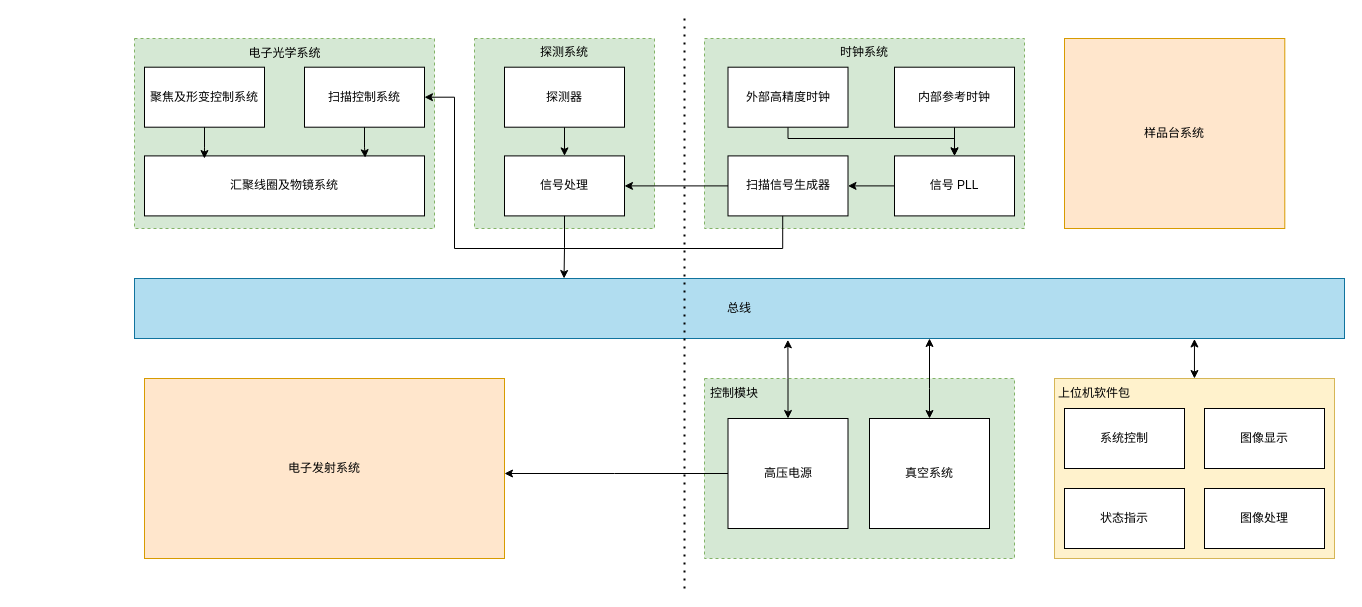
This is page "第一张图" (1 of 2) of 系统结构图.drawio from SolarAA-11/drawio, a draw.io file, before an edit. Source tidied: cells renumbered, new cells numbered last; positions are measured from the earlier drawing's top-left corner, leaving out a move shared by most shapes. Both pictures are drawn from the tidied source at 100%, with x=0, y=0 at pixel (134, 18).
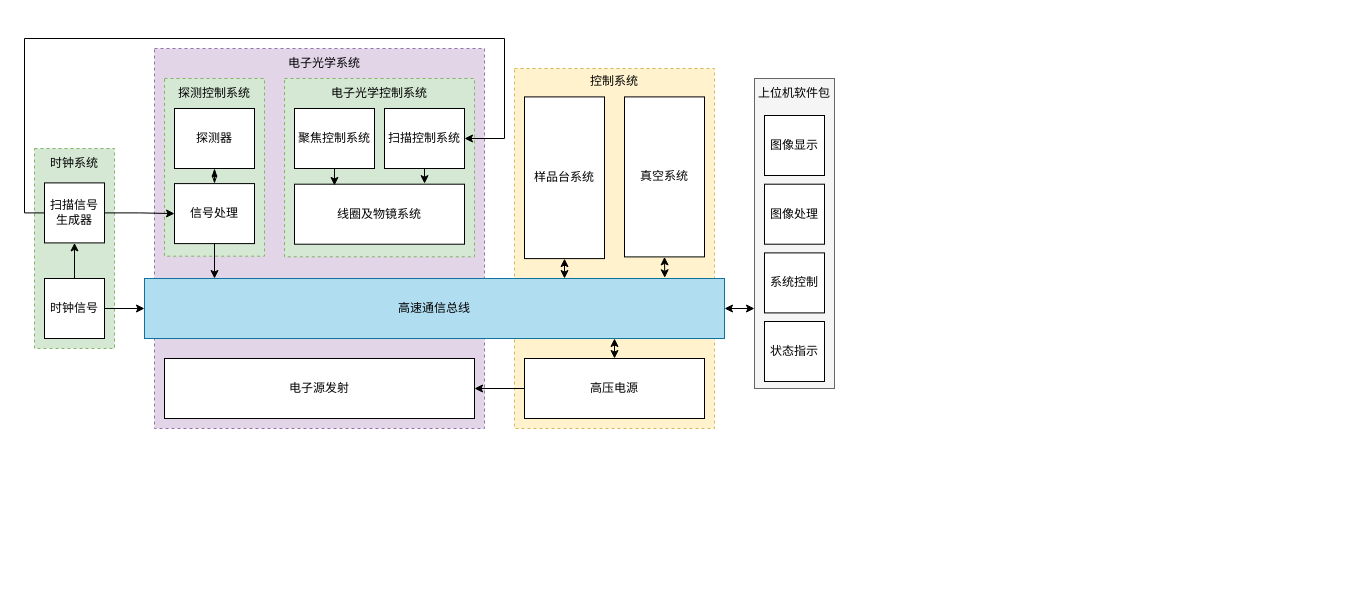
The same page after the edit.

Diff of the diagram source:
```diff
@@
+    <mxCell id="44" style="rounded=0;whiteSpace=wrap;html=1;fillColor=#e1d5e7;strokeColor=#9673a6;dashed=1;" parent="1" vertex="1">
+      <mxGeometry x="20" y="30" width="330" height="380" as="geometry" />
+    </mxCell>
     <mxCell id="2" style="rounded=0;whiteSpace=wrap;html=1;dashed=1;fillColor=#d5e8d4;strokeColor=#82b366;" parent="1" vertex="1">
-      <mxGeometry y="20" width="300" height="190" as="geometry" />
+      <mxGeometry x="150" y="60" width="190" height="178.3" as="geometry" />
     </mxCell>
-    <mxCell id="3" style="rounded=0;whiteSpace=wrap;html=1;dashed=1;fillColor=#d5e8d4;strokeColor=#82b366;" parent="1" vertex="1">
-      <mxGeometry x="570" y="360" width="310" height="180" as="geometry" />
+    <mxCell id="3" style="rounded=0;whiteSpace=wrap;html=1;dashed=1;fillColor=#fff2cc;strokeColor=#d6b656;" parent="1" vertex="1">
+      <mxGeometry x="380" y="50" width="200" height="360" as="geometry" />
     </mxCell>
     <mxCell id="4" style="rounded=0;whiteSpace=wrap;html=1;fillColor=#d5e8d4;dashed=1;strokeColor=#82b366;" parent="1" vertex="1">
-      <mxGeometry x="340" y="20" width="180" height="190" as="geometry" />
+      <mxGeometry x="30" y="60" width="100" height="177.7" as="geometry" />
     </mxCell>
     <mxCell id="5" style="rounded=0;whiteSpace=wrap;html=1;fillColor=#d5e8d4;dashed=1;strokeColor=#82b366;" parent="1" vertex="1">
-      <mxGeometry x="570" y="20" width="320" height="190" as="geometry" />
+      <mxGeometry x="-100" y="130" width="80" height="200" as="geometry" />
     </mxCell>
-    <mxCell id="6" style="edgeStyle=orthogonalEdgeStyle;rounded=0;jettySize=auto;html=1;entryX=0.5;entryY=0;entryDx=0;entryDy=0;startArrow=classic;startFill=1;" parent="1" edge="1" source="7" target="11">
-      <mxGeometry relative="1" as="geometry">
-        <Array as="points">
-          <mxPoint x="795" y="370" />
-          <mxPoint x="795" y="370" />
-        </Array>
-      </mxGeometry>
-    </mxCell>
-    <mxCell id="7" value="总线" style="rounded=0;whiteSpace=wrap;html=1;fillColor=#b1ddf0;strokeColor=#10739e;" parent="1" vertex="1">
-      <mxGeometry y="260" width="1210" height="60" as="geometry" />
+    <mxCell id="7" value="高速通信总线" style="rounded=0;whiteSpace=wrap;html=1;fillColor=#b1ddf0;strokeColor=#10739e;" parent="1" vertex="1">
+      <mxGeometry x="10" y="260" width="580" height="60" as="geometry" />
     </mxCell>
-    <mxCell id="8" style="edgeStyle=orthogonalEdgeStyle;rounded=0;jettySize=auto;html=1;entryX=0.456;entryY=0.97;entryDx=0;entryDy=0;entryPerimeter=0;startArrow=classic;startFill=1;endArrow=none;endFill=0;" parent="1" edge="1" source="9" target="24">
-      <mxGeometry relative="1" as="geometry">
-        <Array as="points">
-          <mxPoint x="320" y="79" />
-          <mxPoint x="320" y="230" />
-          <mxPoint x="648" y="230" />
-        </Array>
-      </mxGeometry>
-    </mxCell>
     <mxCell id="9" value="扫描控制系统" style="rounded=0;whiteSpace=wrap;html=1;" parent="1" vertex="1">
-      <mxGeometry x="170" y="48.7" width="120" height="60" as="geometry" />
+      <mxGeometry x="250" y="90" width="80" height="60" as="geometry" />
     </mxCell>
+    <mxCell id="38" style="edgeStyle=orthogonalEdgeStyle;rounded=0;jettySize=auto;html=1;entryX=1;entryY=0.5;entryDx=0;entryDy=0;" parent="1" edge="1" source="10" target="36">
+      <mxGeometry relative="1" as="geometry" />
+    </mxCell>
     <mxCell id="10" value="高压电源" style="rounded=0;whiteSpace=wrap;html=1;" parent="1" vertex="1">
-      <mxGeometry x="593.5" y="400" width="120" height="110" as="geometry" />
+      <mxGeometry x="390" y="340" width="180" height="60" as="geometry" />
     </mxCell>
     <mxCell id="11" value="真空系统" style="rounded=0;whiteSpace=wrap;html=1;" parent="1" vertex="1">
-      <mxGeometry x="735" y="400" width="120" height="110" as="geometry" />
+      <mxGeometry x="490" y="78.4" width="80" height="160" as="geometry" />
     </mxCell>
-    <mxCell id="12" value="样品台系统&lt;br&gt;" style="rounded=0;whiteSpace=wrap;html=1;fillColor=#ffe6cc;strokeColor=#d79b00;" parent="1" vertex="1">
-      <mxGeometry x="930" y="20" width="220.3" height="190" as="geometry" />
+    <mxCell id="12" value="样品台系统&lt;br&gt;" style="rounded=0;whiteSpace=wrap;html=1;" parent="1" vertex="1">
+      <mxGeometry x="390" y="78.4" width="80" height="161.7" as="geometry" />
     </mxCell>
-    <mxCell id="13" value="控制模块" style="text;html=1;strokeColor=none;fillColor=none;align=center;verticalAlign=middle;whiteSpace=wrap;rounded=0;" parent="1" vertex="1">
-      <mxGeometry x="570" y="360" width="60" height="30" as="geometry" />
+    <mxCell id="13" value="控制系统" style="text;html=1;strokeColor=none;fillColor=none;align=center;verticalAlign=middle;whiteSpace=wrap;rounded=0;" parent="1" vertex="1">
+      <mxGeometry x="450" y="48.3" width="60" height="30" as="geometry" />
     </mxCell>
@@
+    <mxCell id="45" style="edgeStyle=orthogonalEdgeStyle;rounded=0;jettySize=auto;html=1;" parent="1" edge="1" source="15" target="7">
+      <mxGeometry relative="1" as="geometry" />
+    </mxCell>
-    <mxCell id="15" value="信号 PLL" style="rounded=0;whiteSpace=wrap;html=1;" parent="1" vertex="1">
-      <mxGeometry x="760" y="137.4" width="120" height="60" as="geometry" />
+    <mxCell id="15" value="时钟信号" style="rounded=0;whiteSpace=wrap;html=1;" parent="1" vertex="1">
+      <mxGeometry x="-90" y="260" width="60" height="60" as="geometry" />
     </mxCell>
-    <mxCell id="16" style="edgeStyle=orthogonalEdgeStyle;rounded=0;jettySize=auto;html=1;entryX=0.5;entryY=0;entryDx=0;entryDy=0;" parent="1" edge="1" source="17" target="15">
-      <mxGeometry relative="1" as="geometry" />
-    </mxCell>
-    <mxCell id="17" value="内部参考时钟" style="rounded=0;whiteSpace=wrap;html=1;" parent="1" vertex="1">
-      <mxGeometry x="760" y="48.7" width="120" height="60" as="geometry" />
-    </mxCell>
-    <mxCell id="18" style="edgeStyle=orthogonalEdgeStyle;rounded=0;jettySize=auto;html=1;entryX=0.5;entryY=0;entryDx=0;entryDy=0;" parent="1" edge="1" source="19" target="15">
-      <mxGeometry relative="1" as="geometry">
-        <Array as="points">
-          <mxPoint x="653" y="120" />
-          <mxPoint x="820" y="120" />
-        </Array>
-      </mxGeometry>
-    </mxCell>
-    <mxCell id="19" value="外部高精度时钟" style="rounded=0;whiteSpace=wrap;html=1;" parent="1" vertex="1">
-      <mxGeometry x="593.5" y="48.7" width="120" height="60" as="geometry" />
-    </mxCell>
-    <mxCell id="20" value="探测系统" style="text;html=1;strokeColor=none;fillColor=none;align=center;verticalAlign=middle;whiteSpace=wrap;rounded=0;" parent="1" vertex="1">
-      <mxGeometry x="400" y="18.7" width="60" height="30" as="geometry" />
+    <mxCell id="20" value="探测控制系统" style="text;html=1;strokeColor=none;fillColor=none;align=center;verticalAlign=middle;whiteSpace=wrap;rounded=0;" parent="1" vertex="1">
+      <mxGeometry x="40" y="60" width="80" height="30" as="geometry" />
     </mxCell>
     <mxCell id="21" value="时钟系统" style="text;html=1;strokeColor=none;fillColor=none;align=center;verticalAlign=middle;whiteSpace=wrap;rounded=0;" parent="1" vertex="1">
-      <mxGeometry x="700" y="18.7" width="60" height="30" as="geometry" />
+      <mxGeometry x="-90" y="130" width="60" height="30" as="geometry" />
     </mxCell>
     <mxCell id="22" value="信号处理" style="rounded=0;whiteSpace=wrap;html=1;" parent="1" vertex="1">
-      <mxGeometry x="370" y="137.4" width="120" height="60" as="geometry" />
+      <mxGeometry x="40" y="165.1" width="80" height="60" as="geometry" />
     </mxCell>
-    <mxCell id="23" style="edgeStyle=orthogonalEdgeStyle;rounded=0;jettySize=auto;html=1;entryX=1;entryY=0.5;entryDx=0;entryDy=0;" parent="1" edge="1" source="24" target="22">
+    <mxCell id="23" style="edgeStyle=orthogonalEdgeStyle;rounded=0;jettySize=auto;html=1;entryX=0;entryY=0.5;entryDx=0;entryDy=0;" parent="1" edge="1" source="24" target="22">
       <mxGeometry relative="1" as="geometry" />
     </mxCell>
+    <mxCell id="46" style="edgeStyle=orthogonalEdgeStyle;rounded=0;jettySize=auto;html=1;entryX=1;entryY=0.5;entryDx=0;entryDy=0;" parent="1" edge="1" source="24" target="9">
+      <mxGeometry relative="1" as="geometry">
+        <Array as="points">
+          <mxPoint x="-110" y="194" />
+          <mxPoint x="-110" y="20" />
+          <mxPoint x="370" y="20" />
+          <mxPoint x="370" y="120" />
+        </Array>
+      </mxGeometry>
+    </mxCell>
     <mxCell id="24" value="扫描信号生成器" style="rounded=0;whiteSpace=wrap;html=1;" parent="1" vertex="1">
-      <mxGeometry x="593.5" y="137.4" width="120" height="60" as="geometry" />
+      <mxGeometry x="-90" y="164.4" width="60" height="60" as="geometry" />
     </mxCell>
-    <mxCell id="25" style="edgeStyle=orthogonalEdgeStyle;rounded=0;jettySize=auto;html=1;entryX=0.5;entryY=0;entryDx=0;entryDy=0;" parent="1" edge="1" source="26" target="22">
-      <mxGeometry relative="1" as="geometry" />
-    </mxCell>
     <mxCell id="26" value="探测器" style="rounded=0;whiteSpace=wrap;html=1;" parent="1" vertex="1">
-      <mxGeometry x="370" y="48.7" width="120" height="60" as="geometry" />
+      <mxGeometry x="40" y="90" width="80" height="60" as="geometry" />
     </mxCell>
-    <mxCell id="27" style="rounded=0;whiteSpace=wrap;html=1;fillColor=#fff2cc;strokeColor=#d6b656;" parent="1" vertex="1">
-      <mxGeometry x="920" y="360" width="280" height="180" as="geometry" />
+    <mxCell id="27" style="rounded=0;whiteSpace=wrap;html=1;fillColor=#f5f5f5;strokeColor=#666666;fontColor=#333333;" parent="1" vertex="1">
+      <mxGeometry x="620" y="60" width="80" height="310" as="geometry" />
     </mxCell>
     <mxCell id="28" value="系统控制" style="rounded=0;whiteSpace=wrap;html=1;" parent="1" vertex="1">
-      <mxGeometry x="930" y="390" width="120" height="60" as="geometry" />
+      <mxGeometry x="630" y="234.4" width="60" height="60" as="geometry" />
     </mxCell>
     <mxCell id="29" value="图像显示" style="rounded=0;whiteSpace=wrap;html=1;" parent="1" vertex="1">
-      <mxGeometry x="1070" y="390" width="120" height="60" as="geometry" />
+      <mxGeometry x="630" y="97" width="60" height="60" as="geometry" />
     </mxCell>
     <mxCell id="30" value="状态指示" style="rounded=0;whiteSpace=wrap;html=1;" parent="1" vertex="1">
-      <mxGeometry x="930" y="470" width="120" height="60" as="geometry" />
+      <mxGeometry x="630" y="303" width="60" height="60" as="geometry" />
     </mxCell>
     <mxCell id="31" value="图像处理" style="rounded=0;whiteSpace=wrap;html=1;" parent="1" vertex="1">
-      <mxGeometry x="1070" y="470" width="120" height="60" as="geometry" />
+      <mxGeometry x="630" y="165.7" width="60" height="60" as="geometry" />
     </mxCell>
     <mxCell id="32" value="上位机软件包" style="text;html=1;strokeColor=none;fillColor=none;align=center;verticalAlign=middle;whiteSpace=wrap;rounded=0;" parent="1" vertex="1">
-      <mxGeometry x="920" y="360" width="80" height="30" as="geometry" />
+      <mxGeometry x="620" y="60" width="80" height="30" as="geometry" />
     </mxCell>
-    <mxCell id="33" value="汇聚线圈及物镜系统" style="rounded=0;whiteSpace=wrap;html=1;" parent="1" vertex="1">
-      <mxGeometry x="10" y="137.4" width="280" height="60" as="geometry" />
+    <mxCell id="33" value="线圈及物镜系统" style="rounded=0;whiteSpace=wrap;html=1;" parent="1" vertex="1">
+      <mxGeometry x="160" y="165.7" width="170" height="60" as="geometry" />
     </mxCell>
-    <mxCell id="34" value="聚焦及形变控制系统" style="rounded=0;whiteSpace=wrap;html=1;" parent="1" vertex="1">
-      <mxGeometry x="10" y="48.7" width="120" height="60" as="geometry" />
+    <mxCell id="34" value="聚焦控制系统" style="rounded=0;whiteSpace=wrap;html=1;" parent="1" vertex="1">
+      <mxGeometry x="160" y="90" width="80" height="60" as="geometry" />
     </mxCell>
-    <mxCell id="35" value="电子光学系统" style="text;html=1;strokeColor=none;fillColor=none;align=center;verticalAlign=middle;whiteSpace=wrap;rounded=0;" parent="1" vertex="1">
-      <mxGeometry x="112.5" y="20" width="75" height="30" as="geometry" />
+    <mxCell id="35" value="电子光学控制系统" style="text;html=1;strokeColor=none;fillColor=none;align=center;verticalAlign=middle;whiteSpace=wrap;rounded=0;" parent="1" vertex="1">
+      <mxGeometry x="196.2" y="60" width="97.5" height="30" as="geometry" />
     </mxCell>
-    <mxCell id="36" value="电子发射系统" style="rounded=0;whiteSpace=wrap;html=1;fillColor=#ffe6cc;strokeColor=#d79b00;" parent="1" vertex="1">
-      <mxGeometry x="10" y="360" width="360" height="180" as="geometry" />
+    <mxCell id="36" value="电子源发射" style="rounded=0;whiteSpace=wrap;html=1;" parent="1" vertex="1">
+      <mxGeometry x="30" y="340" width="310" height="60" as="geometry" />
     </mxCell>
-    <mxCell id="37" style="endArrow=none;dashed=1;html=1;dashPattern=1 3;strokeWidth=2;rounded=0;" parent="1" edge="1">
-      <mxGeometry relative="1" as="geometry">
-        <mxPoint x="550" y="570" as="sourcePoint" />
-        <mxPoint x="550" as="targetPoint" />
-      </mxGeometry>
-    </mxCell>
-    <mxCell id="38" style="edgeStyle=orthogonalEdgeStyle;rounded=0;jettySize=auto;html=1;" parent="1" edge="1" source="10" target="36">
-      <mxGeometry relative="1" as="geometry">
-        <Array as="points">
-          <mxPoint x="480" y="455" />
-          <mxPoint x="480" y="455" />
-        </Array>
-      </mxGeometry>
-    </mxCell>
+    <mxCell id="47" value="电子光学系统" style="text;html=1;strokeColor=none;fillColor=none;align=center;verticalAlign=middle;whiteSpace=wrap;rounded=0;" parent="1" vertex="1">
+      <mxGeometry x="130" y="30" width="120" height="30" as="geometry" />
+    </mxCell>
+    <mxCell id="48" style="endArrow=blockThin;startArrow=openThin;html=1;rounded=0;entryX=0.5;entryY=1;entryDx=0;entryDy=0;exitX=0.5;exitY=0;exitDx=0;exitDy=0;startFill=0;endFill=1;" parent="1" edge="1" source="22" target="26">
+      <mxGeometry relative="1" as="geometry" />
+    </mxCell>
+    <mxCell id="40" style="endArrow=classic;html=1;rounded=0;exitX=0.5;exitY=1;exitDx=0;exitDy=0;entryX=0.235;entryY=0.021;entryDx=0;entryDy=0;entryPerimeter=0;" parent="1" edge="1" source="34" target="33">
+      <mxGeometry relative="1" as="geometry" />
+    </mxCell>
-    <mxCell id="39" style="edgeStyle=orthogonalEdgeStyle;rounded=0;jettySize=auto;html=1;entryX=0.788;entryY=0.03;entryDx=0;entryDy=0;entryPerimeter=0;" parent="1" edge="1" source="9" target="33">
+    <mxCell id="39" style="endArrow=classic;html=1;rounded=0;exitX=0.5;exitY=1;exitDx=0;exitDy=0;entryX=0.765;entryY=-0.009;entryDx=0;entryDy=0;entryPerimeter=0;" parent="1" edge="1" source="9" target="33">
       <mxGeometry relative="1" as="geometry" />
     </mxCell>
-    <mxCell id="40" style="edgeStyle=orthogonalEdgeStyle;rounded=0;jettySize=auto;html=1;entryX=0.214;entryY=0.044;entryDx=0;entryDy=0;entryPerimeter=0;" parent="1" edge="1" source="34" target="33">
-      <mxGeometry relative="1" as="geometry" />
-    </mxCell>
-    <mxCell id="41" style="edgeStyle=orthogonalEdgeStyle;rounded=0;jettySize=auto;html=1;entryX=0.876;entryY=1.008;entryDx=0;entryDy=0;entryPerimeter=0;startArrow=classic;startFill=1;" parent="1" edge="1" source="27" target="7">
-      <mxGeometry relative="1" as="geometry" />
-    </mxCell>
-    <mxCell id="42" style="edgeStyle=orthogonalEdgeStyle;rounded=0;jettySize=auto;html=1;entryX=0.355;entryY=0;entryDx=0;entryDy=0;entryPerimeter=0;" parent="1" edge="1" source="22" target="7">
-      <mxGeometry relative="1" as="geometry" />
-    </mxCell>
-    <mxCell id="43" style="edgeStyle=orthogonalEdgeStyle;rounded=0;jettySize=auto;html=1;entryX=0.54;entryY=1.022;entryDx=0;entryDy=0;entryPerimeter=0;startArrow=classic;startFill=1;" parent="1" edge="1" source="10" target="7">
-      <mxGeometry relative="1" as="geometry" />
-    </mxCell>
+    <mxCell id="49" style="endArrow=classic;html=1;rounded=0;exitX=0.5;exitY=1;exitDx=0;exitDy=0;" parent="1" edge="1" source="22">
+      <mxGeometry relative="1" as="geometry">
+        <mxPoint x="80" y="260" as="targetPoint" />
+      </mxGeometry>
+    </mxCell>
+    <mxCell id="50" style="endArrow=classic;startArrow=classic;html=1;rounded=0;exitX=1;exitY=0.5;exitDx=0;exitDy=0;" parent="1" edge="1" source="7">
+      <mxGeometry relative="1" as="geometry">
+        <mxPoint x="620" y="290" as="targetPoint" />
+      </mxGeometry>
+    </mxCell>
+    <mxCell id="6" style="endArrow=classic;startArrow=classic;html=1;rounded=0;entryX=0.5;entryY=1;entryDx=0;entryDy=0;exitX=0.897;exitY=-0.012;exitDx=0;exitDy=0;exitPerimeter=0;" parent="1" edge="1" source="7" target="11">
+      <mxGeometry relative="1" as="geometry" />
+    </mxCell>
+    <mxCell id="51" style="endArrow=classic;startArrow=classic;html=1;rounded=0;entryX=0.5;entryY=0;entryDx=0;entryDy=0;" parent="1" edge="1" target="10">
+      <mxGeometry relative="1" as="geometry">
+        <mxPoint x="480" y="320" as="sourcePoint" />
+      </mxGeometry>
+    </mxCell>
+    <mxCell id="52" style="endArrow=classic;startArrow=classic;html=1;rounded=0;entryX=0.5;entryY=1;entryDx=0;entryDy=0;" parent="1" edge="1" target="12">
+      <mxGeometry relative="1" as="geometry">
+        <mxPoint x="430" y="260" as="sourcePoint" />
+      </mxGeometry>
+    </mxCell>
```
